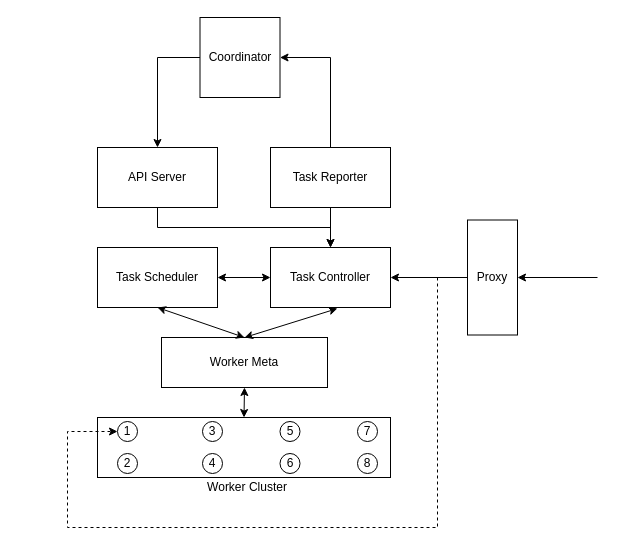
The draw.io diagram 高可靠架构.drawio in chlq1128/Mycode, before the edit. Source tidied: cells renumbered, new cells numbered last; positions are measured from the earlier drawing's top-left corner, leaving out a move shared by most shapes. Both pictures are drawn from the tidied source at 100%, with x=0, y=0 at pixel (67, 17).
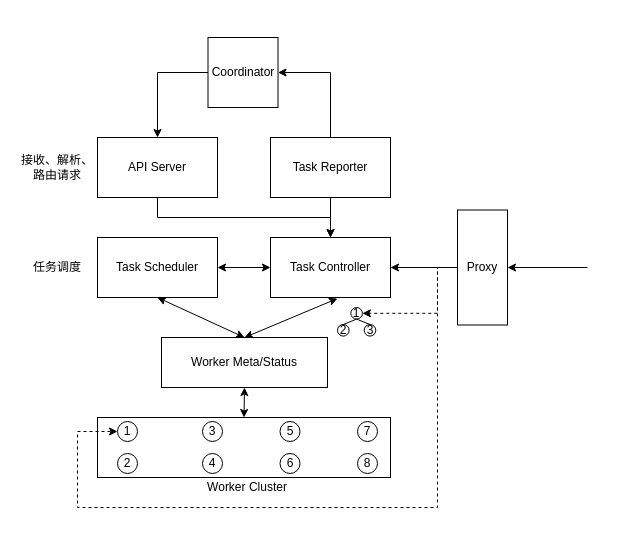
Above is the later version.

Commit message:
更新高可靠架构.drawio

Unchanged cells that the change refers to:
```xml
<mxCell id="11" value="1" style="ellipse;whiteSpace=wrap;html=1;" parent="1" vertex="1">
  <mxGeometry x="50" y="404" width="20" height="20" as="geometry" />
</mxCell>
```

Change to the diagram source:
```diff
@@
     <mxCell id="3" value="API Server" style="rounded=0;whiteSpace=wrap;html=1;" parent="1" vertex="1">
-      <mxGeometry x="30" y="130" width="120" height="60" as="geometry" />
+      <mxGeometry x="30" y="120" width="120" height="60" as="geometry" />
     </mxCell>
@@
     <mxCell id="6" value="Task Reporter" style="rounded=0;whiteSpace=wrap;html=1;" parent="1" vertex="1">
-      <mxGeometry x="203" y="130" width="120" height="60" as="geometry" />
+      <mxGeometry x="203" y="120" width="120" height="60" as="geometry" />
     </mxCell>
     <mxCell id="7" value="Task Scheduler" style="rounded=0;whiteSpace=wrap;html=1;" parent="1" vertex="1">
-      <mxGeometry x="30" y="230" width="120" height="60" as="geometry" />
+      <mxGeometry x="30" y="220" width="120" height="60" as="geometry" />
     </mxCell>
     <mxCell id="8" value="Task Controller" style="rounded=0;whiteSpace=wrap;html=1;" parent="1" vertex="1">
-      <mxGeometry x="203" y="230" width="120" height="60" as="geometry" />
+      <mxGeometry x="203" y="220" width="120" height="60" as="geometry" />
     </mxCell>
-    <mxCell id="9" value="Worker Meta" style="rounded=0;whiteSpace=wrap;html=1;" parent="1" vertex="1">
+    <mxCell id="9" value="Worker Meta/Status" style="rounded=0;whiteSpace=wrap;html=1;" parent="1" vertex="1">
       <mxGeometry x="94" y="320" width="166" height="50" as="geometry" />
     </mxCell>
@@
+    <mxCell id="30" style="edgeStyle=orthogonalEdgeStyle;rounded=0;jettySize=auto;html=1;exitX=0;exitY=0.5;exitDx=0;exitDy=0;entryX=1;entryY=0.5;entryDx=0;entryDy=0;startArrow=none;startFill=0;endArrow=classic;endFill=1;strokeColor=#000000;dashed=1;" parent="1" edge="1" source="25" target="32">
+      <mxGeometry relative="1" as="geometry">
+        <Array as="points">
+          <mxPoint x="370" y="250" />
+          <mxPoint x="370" y="296" />
+        </Array>
+      </mxGeometry>
+    </mxCell>
-    <mxCell id="24" style="edgeStyle=orthogonalEdgeStyle;rounded=0;jettySize=auto;html=1;exitX=0;exitY=0.5;exitDx=0;exitDy=0;entryX=0;entryY=0.5;entryDx=0;entryDy=0;strokeColor=#000000;dashed=1;" parent="1" edge="1" source="25" target="11">
+    <mxCell id="24" style="edgeStyle=orthogonalEdgeStyle;rounded=0;jettySize=auto;html=1;exitX=0;exitY=0.5;exitDx=0;exitDy=0;entryX=0;entryY=0.5;entryDx=0;entryDy=0;startArrow=none;startFill=0;endArrow=classic;endFill=1;strokeColor=#000000;dashed=1;" parent="1" edge="1" source="25" target="11">
       <mxGeometry relative="1" as="geometry">
         <Array as="points">
-          <mxPoint x="370" y="260" />
-          <mxPoint x="370" y="510" />
-          <mxPoint y="510" />
-          <mxPoint y="414" />
+          <mxPoint x="370" y="250" />
+          <mxPoint x="370" y="490" />
+          <mxPoint x="10" y="490" />
+          <mxPoint x="10" y="414" />
         </Array>
       </mxGeometry>
     </mxCell>
     <mxCell id="25" value="Proxy" style="rounded=0;whiteSpace=wrap;html=1;" parent="1" vertex="1">
-      <mxGeometry x="400" y="202.5" width="50" height="115" as="geometry" />
+      <mxGeometry x="390" y="192.5" width="50" height="115" as="geometry" />
     </mxCell>
     <mxCell id="26" style="endArrow=classic;html=1;entryX=1;entryY=0.5;entryDx=0;entryDy=0;" parent="1" edge="1" target="25">
       <mxGeometry relative="1" as="geometry">
-        <mxPoint x="530" y="260" as="sourcePoint" />
+        <mxPoint x="520" y="250" as="sourcePoint" />
       </mxGeometry>
     </mxCell>
@@
     <mxCell id="29" value="Coordinator" style="whiteSpace=wrap;html=1;" parent="1" vertex="1">
-      <mxGeometry x="132.5" width="80" height="80" as="geometry" />
+      <mxGeometry x="140.5" y="20" width="70" height="70" as="geometry" />
     </mxCell>
+    <mxCell id="31" style="group;" parent="1" vertex="1">
+      <mxGeometry x="270" y="290" width="40" height="30" as="geometry" />
+    </mxCell>
+    <mxCell id="32" value="1" style="ellipse;whiteSpace=wrap;html=1;" parent="31" vertex="1">
+      <mxGeometry x="13.3" width="11.6" height="11.6" as="geometry" />
+    </mxCell>
+    <mxCell id="33" value="2" style="ellipse;whiteSpace=wrap;html=1;" parent="31" vertex="1">
+      <mxGeometry y="17" width="11.6" height="11.6" as="geometry" />
+    </mxCell>
+    <mxCell id="34" value="3" style="ellipse;whiteSpace=wrap;html=1;" parent="31" vertex="1">
+      <mxGeometry x="26.7" y="17" width="11.6" height="11.6" as="geometry" />
+    </mxCell>
+    <mxCell id="35" style="endArrow=none;startArrow=none;html=1;strokeColor=#000000;entryX=0.5;entryY=1;entryDx=0;entryDy=0;exitX=0.5;exitY=0;exitDx=0;exitDy=0;startFill=0;endFill=0;" parent="31" edge="1" source="33" target="32">
+      <mxGeometry relative="1" as="geometry" />
+    </mxCell>
+    <mxCell id="36" style="endArrow=none;startArrow=none;html=1;strokeColor=#000000;entryX=0.5;entryY=1;entryDx=0;entryDy=0;exitX=0.5;exitY=0;exitDx=0;exitDy=0;startFill=0;endFill=0;" parent="31" edge="1" source="34" target="32">
+      <mxGeometry relative="1" as="geometry" />
+    </mxCell>
+    <mxCell id="37" value="接收、解析、&lt;br&gt;路由请求" style="text;html=1;strokeColor=none;fillColor=none;align=center;verticalAlign=middle;whiteSpace=wrap;rounded=0;" parent="1" vertex="1">
+      <mxGeometry x="-50" y="135" width="80" height="30" as="geometry" />
+    </mxCell>
+    <mxCell id="38" value="任务调度" style="text;html=1;strokeColor=none;fillColor=none;align=center;verticalAlign=middle;whiteSpace=wrap;rounded=0;" parent="1" vertex="1">
+      <mxGeometry x="-50" y="235" width="80" height="30" as="geometry" />
+    </mxCell>
```
